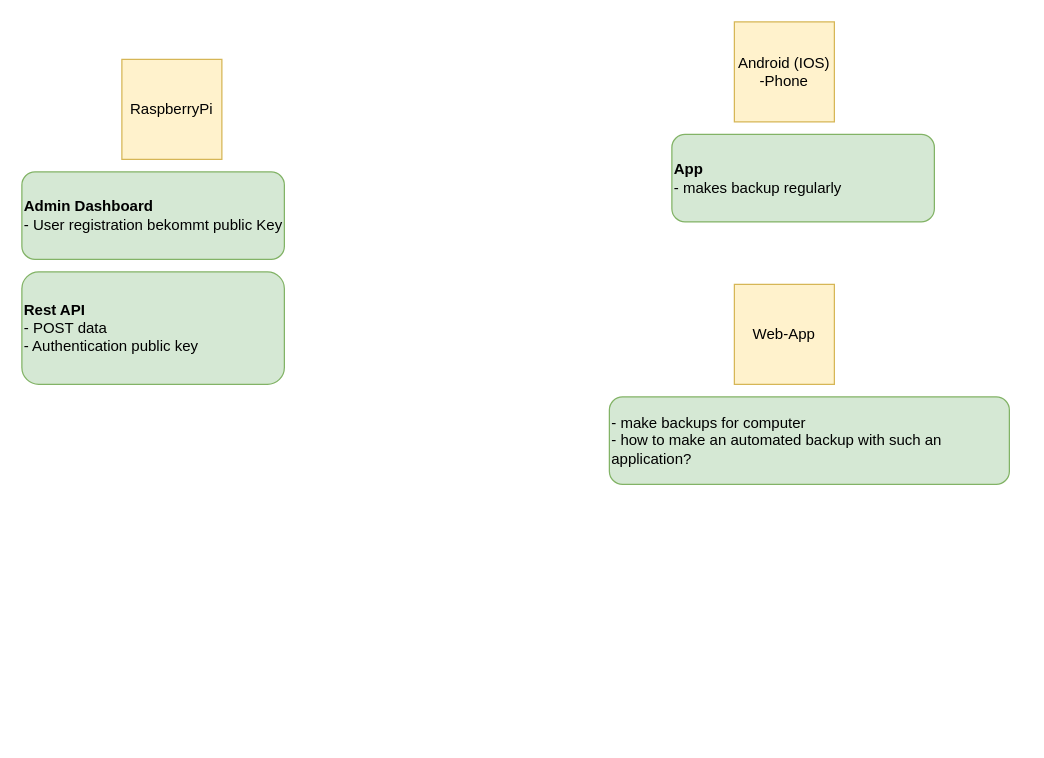
Before: Plan.drawio in Konrad1991/SolarPi, a draw.io diagram. Source tidied: cells renumbered, new cells numbered last; positions are measured from the earlier drawing's top-left corner, leaving out a move shared by most shapes. Both pictures are drawn from the tidied source at 125%, with x=0, y=0 at pixel (21, 21).
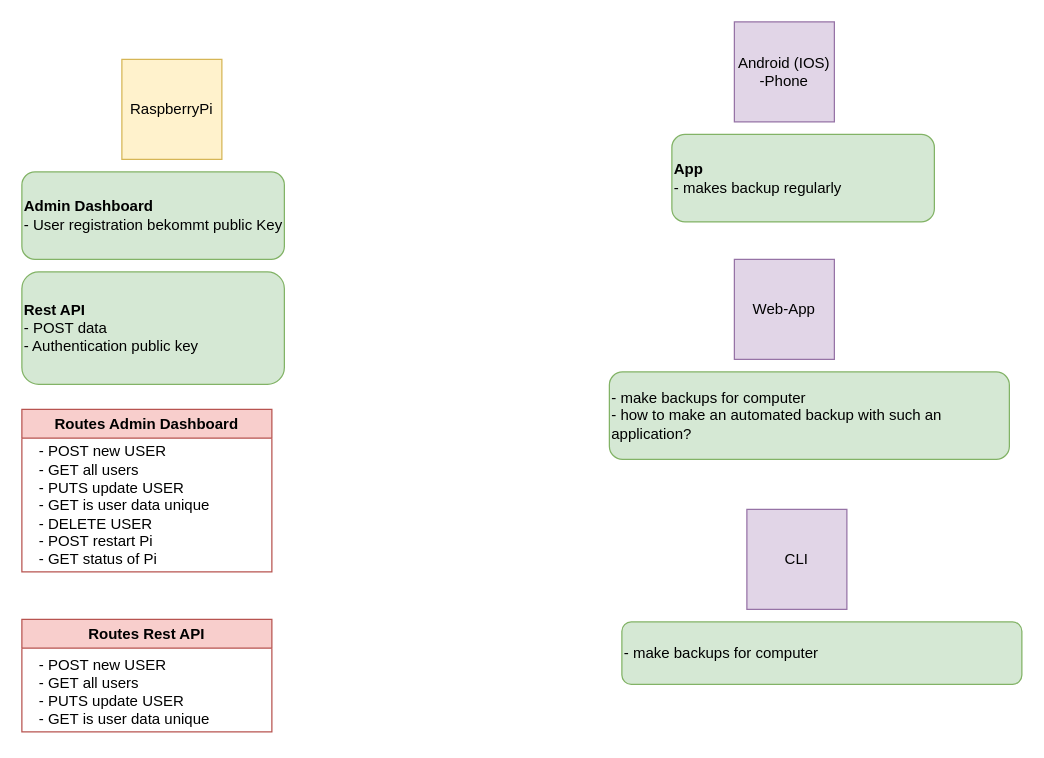
Above is the later version.

The edit, as a diff of the source:
```diff
@@
 <mxGraphModel>
   <root>
     <mxCell id="0" />
     <mxCell id="1" parent="0" />
     <mxCell id="2" value="RaspberryPi&lt;br&gt;" style="whiteSpace=wrap;html=1;fillColor=#fff2cc;strokeColor=#d6b656;" parent="1" vertex="1">
       <mxGeometry x="80" y="30" width="80" height="80" as="geometry" />
     </mxCell>
     <mxCell id="3" value="&lt;div align=&quot;left&quot;&gt;&lt;b&gt;Admin Dashboard&lt;/b&gt;&lt;br&gt;- User registration bekommt public Key&lt;/div&gt;" style="rounded=1;whiteSpace=wrap;html=1;fillColor=#d5e8d4;strokeColor=#82b366;align=left;" parent="1" vertex="1">
       <mxGeometry y="120" width="210" height="70" as="geometry" />
     </mxCell>
     <mxCell id="4" value="&lt;div align=&quot;left&quot;&gt;&lt;b&gt;Rest API&lt;/b&gt;&lt;br&gt;- POST data&lt;/div&gt;&lt;div align=&quot;left&quot;&gt;- Authentication public key&lt;br&gt;&lt;/div&gt;" style="rounded=1;whiteSpace=wrap;html=1;fillColor=#d5e8d4;strokeColor=#82b366;align=left;" parent="1" vertex="1">
       <mxGeometry y="200" width="210" height="90" as="geometry" />
     </mxCell>
-    <mxCell id="5" value="Android (IOS) -Phone" style="whiteSpace=wrap;html=1;fillColor=#fff2cc;strokeColor=#d6b656;" parent="1" vertex="1">
+    <mxCell id="5" value="Android (IOS) -Phone" style="whiteSpace=wrap;html=1;fillColor=#e1d5e7;strokeColor=#9673a6;" parent="1" vertex="1">
       <mxGeometry x="570" width="80" height="80" as="geometry" />
     </mxCell>
     <mxCell id="6" value="&lt;b&gt;App&lt;br&gt;&lt;/b&gt;- makes backup regularly" style="rounded=1;whiteSpace=wrap;html=1;fillColor=#d5e8d4;strokeColor=#82b366;align=left;" parent="1" vertex="1">
       <mxGeometry x="520" y="90" width="210" height="70" as="geometry" />
     </mxCell>
-    <mxCell id="7" value="Web-App" style="whiteSpace=wrap;html=1;fillColor=#fff2cc;strokeColor=#d6b656;" parent="1" vertex="1">
-      <mxGeometry x="570" y="210" width="80" height="80" as="geometry" />
+    <mxCell id="7" value="Web-App" style="whiteSpace=wrap;html=1;fillColor=#e1d5e7;strokeColor=#9673a6;" parent="1" vertex="1">
+      <mxGeometry x="570" y="190" width="80" height="80" as="geometry" />
     </mxCell>
     <mxCell id="8" value="- make backups for computer&lt;br&gt;- how to make an automated backup with such an application?" style="rounded=1;whiteSpace=wrap;html=1;fillColor=#d5e8d4;strokeColor=#82b366;align=left;" parent="1" vertex="1">
-      <mxGeometry x="470" y="300" width="320" height="70" as="geometry" />
+      <mxGeometry x="470" y="280" width="320" height="70" as="geometry" />
     </mxCell>
+    <mxCell id="9" value="CLI" style="whiteSpace=wrap;html=1;fillColor=#e1d5e7;strokeColor=#9673a6;" parent="1" vertex="1">
+      <mxGeometry x="580" y="390" width="80" height="80" as="geometry" />
+    </mxCell>
+    <mxCell id="10" value="- make backups for computer&lt;br&gt;" style="rounded=1;whiteSpace=wrap;html=1;fillColor=#d5e8d4;strokeColor=#82b366;align=left;" parent="1" vertex="1">
+      <mxGeometry x="480" y="480" width="320" height="50" as="geometry" />
+    </mxCell>
+    <mxCell id="11" value="Routes Admin Dashboard" style="swimlane;whiteSpace=wrap;html=1;fillColor=#f8cecc;strokeColor=#b85450;" parent="1" vertex="1">
+      <mxGeometry y="310" width="200" height="130" as="geometry" />
+    </mxCell>
+    <mxCell id="12" value="&lt;div align=&quot;left&quot;&gt;- POST new USER&lt;br&gt;- GET all users&lt;/div&gt;&lt;div align=&quot;left&quot;&gt;- PUTS update USER&lt;/div&gt;&lt;div align=&quot;left&quot;&gt;- GET is user data unique&lt;/div&gt;&lt;div align=&quot;left&quot;&gt;- DELETE USER&lt;/div&gt;&lt;div align=&quot;left&quot;&gt;- POST restart Pi&lt;/div&gt;&lt;div align=&quot;left&quot;&gt;- GET status of Pi&lt;br&gt;&lt;/div&gt;" style="text;html=1;align=left;verticalAlign=middle;strokeColor=none;fillColor=none;" parent="11" vertex="1">
+      <mxGeometry x="12" y="22" width="160" height="110" as="geometry" />
+    </mxCell>
+    <mxCell id="13" value="Routes Rest API" style="swimlane;whiteSpace=wrap;html=1;fillColor=#f8cecc;strokeColor=#b85450;" parent="1" vertex="1">
+      <mxGeometry y="478" width="200" height="90" as="geometry" />
+    </mxCell>
+    <mxCell id="14" value="&lt;div align=&quot;left&quot;&gt;- POST new USER&lt;br&gt;- GET all users&lt;/div&gt;&lt;div align=&quot;left&quot;&gt;- PUTS update USER&lt;/div&gt;&lt;div align=&quot;left&quot;&gt;- GET is user data unique&lt;br&gt;&lt;/div&gt;" style="text;html=1;align=left;verticalAlign=middle;strokeColor=none;fillColor=none;" parent="13" vertex="1">
+      <mxGeometry x="12" y="23" width="160" height="70" as="geometry" />
+    </mxCell>
   </root>
 </mxGraphModel>
```
